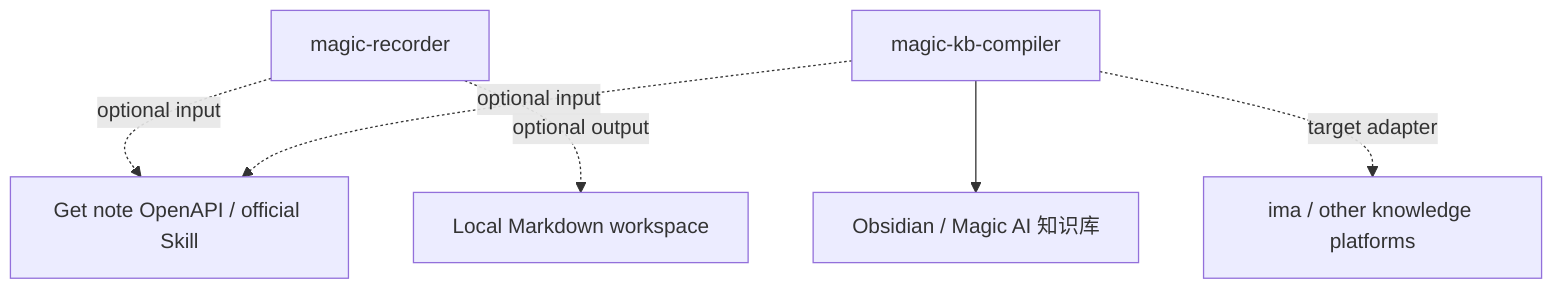
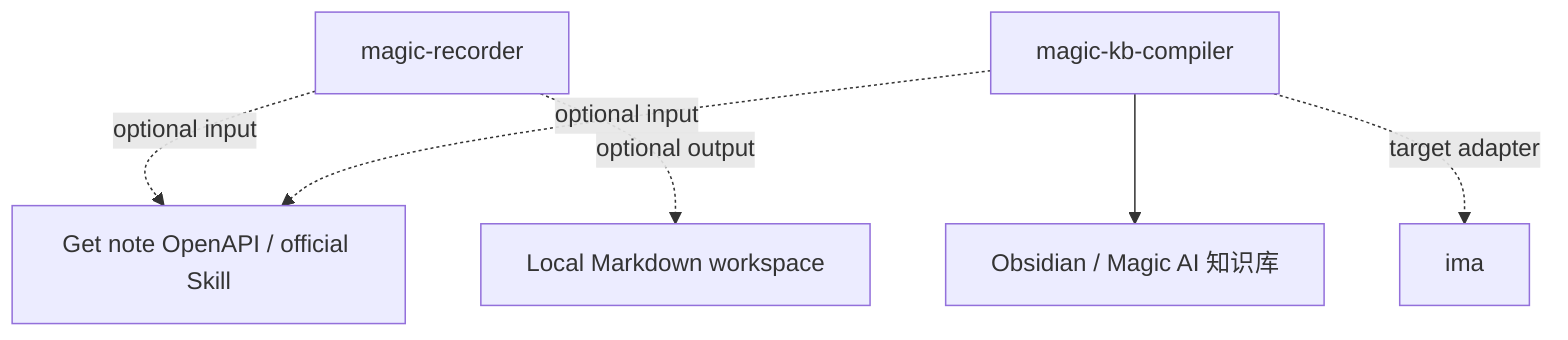
flowchart TD
  recorder[magic-recorder]
  compiler[magic-kb-compiler]
  getnote[Get note OpenAPI / official Skill]
  obsidian[Obsidian / Magic AI 知识库]
-   ima[ima / other knowledge platforms]
+   ima[ima]
  markdown[Local Markdown workspace]

  recorder -. optional input .-> getnote
  recorder -. optional output .-> markdown
  compiler -. optional input .-> getnote
  compiler --> obsidian
  compiler -. target adapter .-> ima
